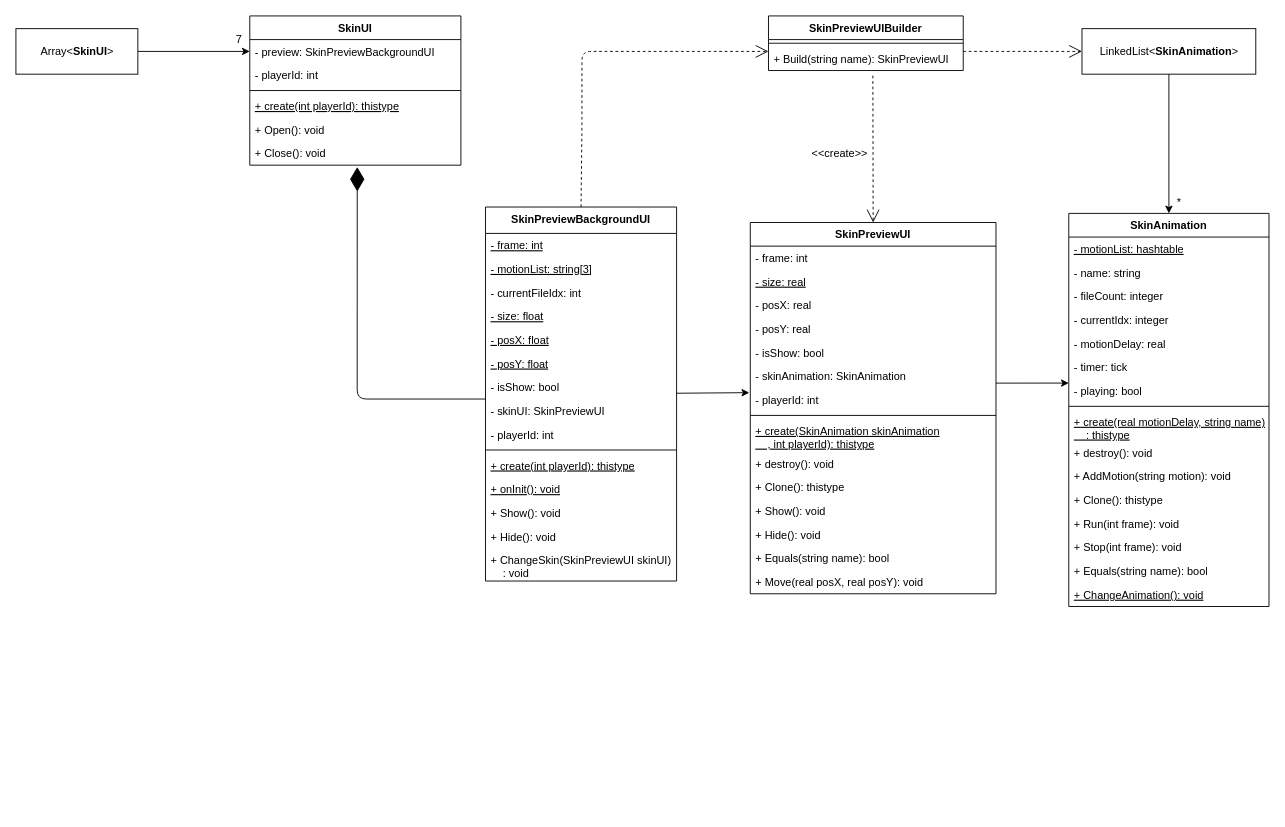
Before: Diagram/SkinFrame.drawio in jsm150/OrangeMushroomStory, a draw.io diagram. Source tidied: cells renumbered, new cells numbered last; positions are measured from the earlier drawing's top-left corner, leaving out a move shared by most shapes. Both pictures are drawn from the tidied source at 91%, with x=0, y=0 at pixel (15, 15).
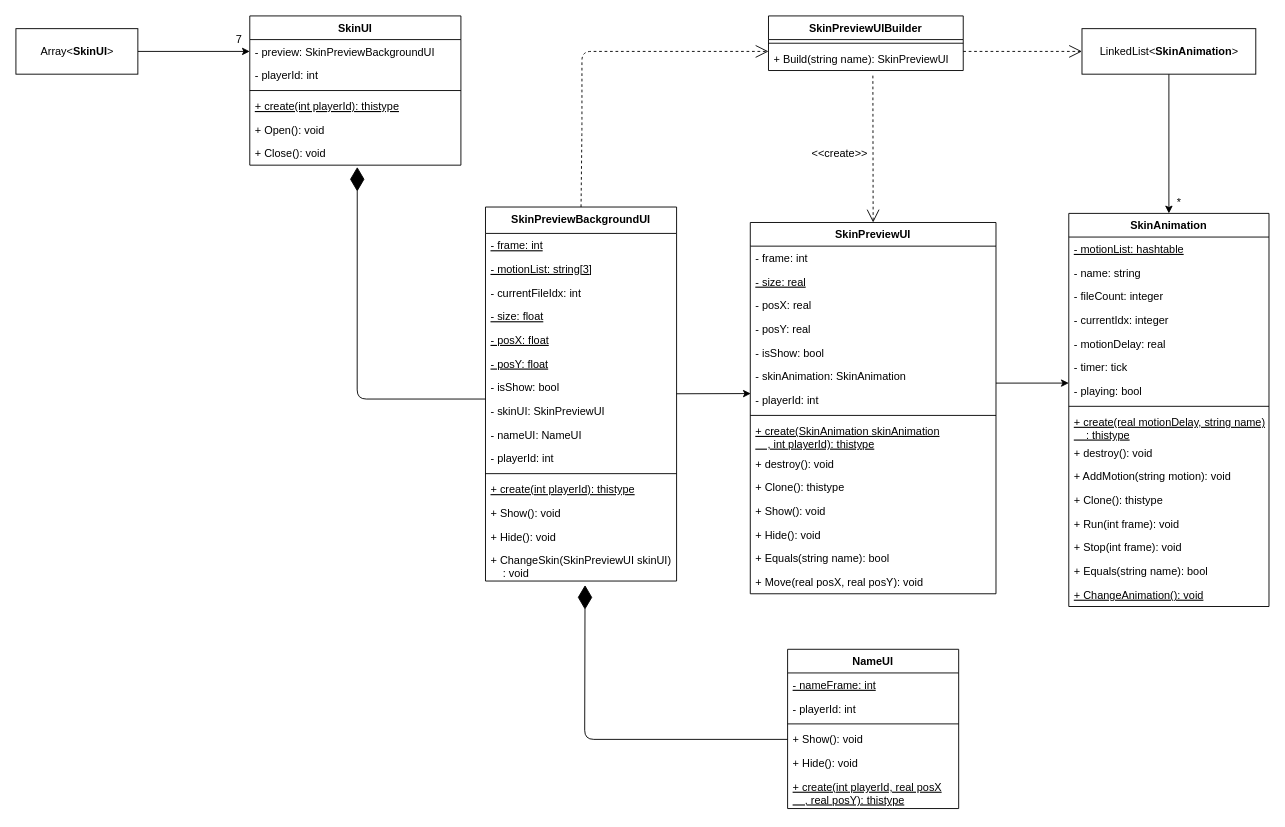
Above is the later version.

Commit message (it also covers changes not shown here):
Feat: 스킨 미리보기 UI에 닉네임을 추가한다

Unchanged cells that the change refers to:
```xml
<mxCell id="3" value="SkinPreviewBackgroundUI" style="swimlane;fontStyle=1;align=center;verticalAlign=top;horizontal=1;startSize=29;" parent="1" vertex="1">
  <mxGeometry x="516" y="210" width="210" height="411" as="geometry" />
</mxCell>
<mxCell id="18" value="+ ChangeSkin(SkinPreviewUI skinUI)&#10;    : void" style="text;strokeColor=none;fillColor=none;align=left;verticalAlign=top;spacingLeft=4;spacingRight=4;overflow=hidden;points=[[0,0.5],[1,0.5]];portConstraint=eastwest;" parent="3" vertex="1">
  <mxGeometry y="375" width="210" height="36" as="geometry" />
</mxCell>
<mxCell id="26" value="- skinAnimation: SkinAnimation" style="text;strokeColor=none;fillColor=none;align=left;verticalAlign=top;spacingLeft=4;spacingRight=4;overflow=hidden;points=[[0,0.5],[1,0.5]];portConstraint=eastwest;" parent="20" vertex="1">
  <mxGeometry y="156" width="270" height="26" as="geometry" />
</mxCell>
<mxCell id="27" value="- playerId: int" style="text;strokeColor=none;fillColor=none;align=left;verticalAlign=top;spacingLeft=4;spacingRight=4;overflow=hidden;points=[[0,0.5],[1,0.5]];portConstraint=eastwest;" parent="20" vertex="1">
  <mxGeometry y="182" width="270" height="26" as="geometry" />
</mxCell>
```

What changed in the source:
```diff
@@
-    <mxCell id="2" style="edgeStyle=none;html=1;entryX=-0.004;entryY=1.192;entryDx=0;entryDy=0;entryPerimeter=0;" parent="1" edge="1" source="3" target="26">
+    <mxCell id="2" style="edgeStyle=none;html=1;entryX=0.002;entryY=0.231;entryDx=0;entryDy=0;entryPerimeter=0;" parent="1" edge="1" source="3" target="27">
       <mxGeometry relative="1" as="geometry" />
     </mxCell>
@@
+    <mxCell id="74" value="- nameUI: NameUI" style="text;strokeColor=none;fillColor=none;align=left;verticalAlign=top;spacingLeft=4;spacingRight=4;overflow=hidden;fontStyle=0;" parent="3" vertex="1">
+      <mxGeometry y="237" width="210" height="26" as="geometry" />
+    </mxCell>
     <mxCell id="12" value="- playerId: int" style="text;strokeColor=none;fillColor=none;align=left;verticalAlign=top;spacingLeft=4;spacingRight=4;overflow=hidden;" parent="3" vertex="1">
-      <mxGeometry y="237" width="210" height="26" as="geometry" />
+      <mxGeometry y="263" width="210" height="26" as="geometry" />
     </mxCell>
     <mxCell id="13" style="line;strokeWidth=1;fillColor=none;align=left;verticalAlign=middle;spacingTop=-1;spacingLeft=3;spacingRight=3;labelPosition=right;" parent="3" vertex="1">
-      <mxGeometry y="263" width="210" height="8" as="geometry" />
+      <mxGeometry y="289" width="210" height="8" as="geometry" />
     </mxCell>
     <mxCell id="14" value="+ create(int playerId): thistype" style="text;strokeColor=none;fillColor=none;align=left;verticalAlign=top;spacingLeft=4;spacingRight=4;overflow=hidden;fontStyle=4;" parent="3" vertex="1">
-      <mxGeometry y="271" width="210" height="26" as="geometry" />
+      <mxGeometry y="297" width="210" height="26" as="geometry" />
     </mxCell>
-    <mxCell id="15" value="+ onInit(): void" style="text;strokeColor=none;fillColor=none;align=left;verticalAlign=top;spacingLeft=4;spacingRight=4;overflow=hidden;fontStyle=4;" parent="3" vertex="1">
-      <mxGeometry y="297" width="210" height="26" as="geometry" />
-    </mxCell>
@@
+    <mxCell id="75" value="NameUI" style="swimlane;fontStyle=1;align=center;verticalAlign=top;horizontal=1;startSize=26;" parent="1" vertex="1">
+      <mxGeometry x="848" y="696" width="188" height="175" as="geometry" />
+    </mxCell>
+    <mxCell id="76" value="- nameFrame: int" style="text;strokeColor=none;fillColor=none;align=left;verticalAlign=top;spacingLeft=4;spacingRight=4;overflow=hidden;fontStyle=4;" parent="75" vertex="1">
+      <mxGeometry y="26" width="188" height="26" as="geometry" />
+    </mxCell>
+    <mxCell id="77" value="- playerId: int" style="text;strokeColor=none;fillColor=none;align=left;verticalAlign=top;spacingLeft=4;spacingRight=4;overflow=hidden;fontStyle=0;" parent="75" vertex="1">
+      <mxGeometry y="52" width="188" height="26" as="geometry" />
+    </mxCell>
+    <mxCell id="78" style="line;strokeWidth=1;fillColor=none;align=left;verticalAlign=middle;spacingTop=-1;spacingLeft=3;spacingRight=3;labelPosition=right;" parent="75" vertex="1">
+      <mxGeometry y="78" width="188" height="8" as="geometry" />
+    </mxCell>
+    <mxCell id="79" value="+ Show(): void" style="text;strokeColor=none;fillColor=none;align=left;verticalAlign=top;spacingLeft=4;spacingRight=4;overflow=hidden;points=[[0,0.5],[1,0.5]];portConstraint=eastwest;" parent="75" vertex="1">
+      <mxGeometry y="86" width="188" height="26" as="geometry" />
+    </mxCell>
+    <mxCell id="80" value="+ Hide(): void" style="text;strokeColor=none;fillColor=none;align=left;verticalAlign=top;spacingLeft=4;spacingRight=4;overflow=hidden;" parent="75" vertex="1">
+      <mxGeometry y="112" width="188" height="26" as="geometry" />
+    </mxCell>
+    <mxCell id="81" value="+ create(int playerId, real posX&#10;    , real posY): thistype" style="text;strokeColor=none;fillColor=none;align=left;verticalAlign=top;spacingLeft=4;spacingRight=4;overflow=hidden;fontStyle=4;" parent="75" vertex="1">
+      <mxGeometry y="138" width="188" height="37" as="geometry" />
+    </mxCell>
+    <mxCell id="82" style="endArrow=diamondThin;endFill=1;endSize=24;html=1;entryX=0.521;entryY=1.124;entryDx=0;entryDy=0;entryPerimeter=0;exitX=0;exitY=0.5;exitDx=0;exitDy=0;" parent="1" edge="1" source="79" target="18">
+      <mxGeometry relative="1" as="geometry">
+        <Array as="points">
+          <mxPoint x="625" y="795" />
+        </Array>
+      </mxGeometry>
+    </mxCell>
```
